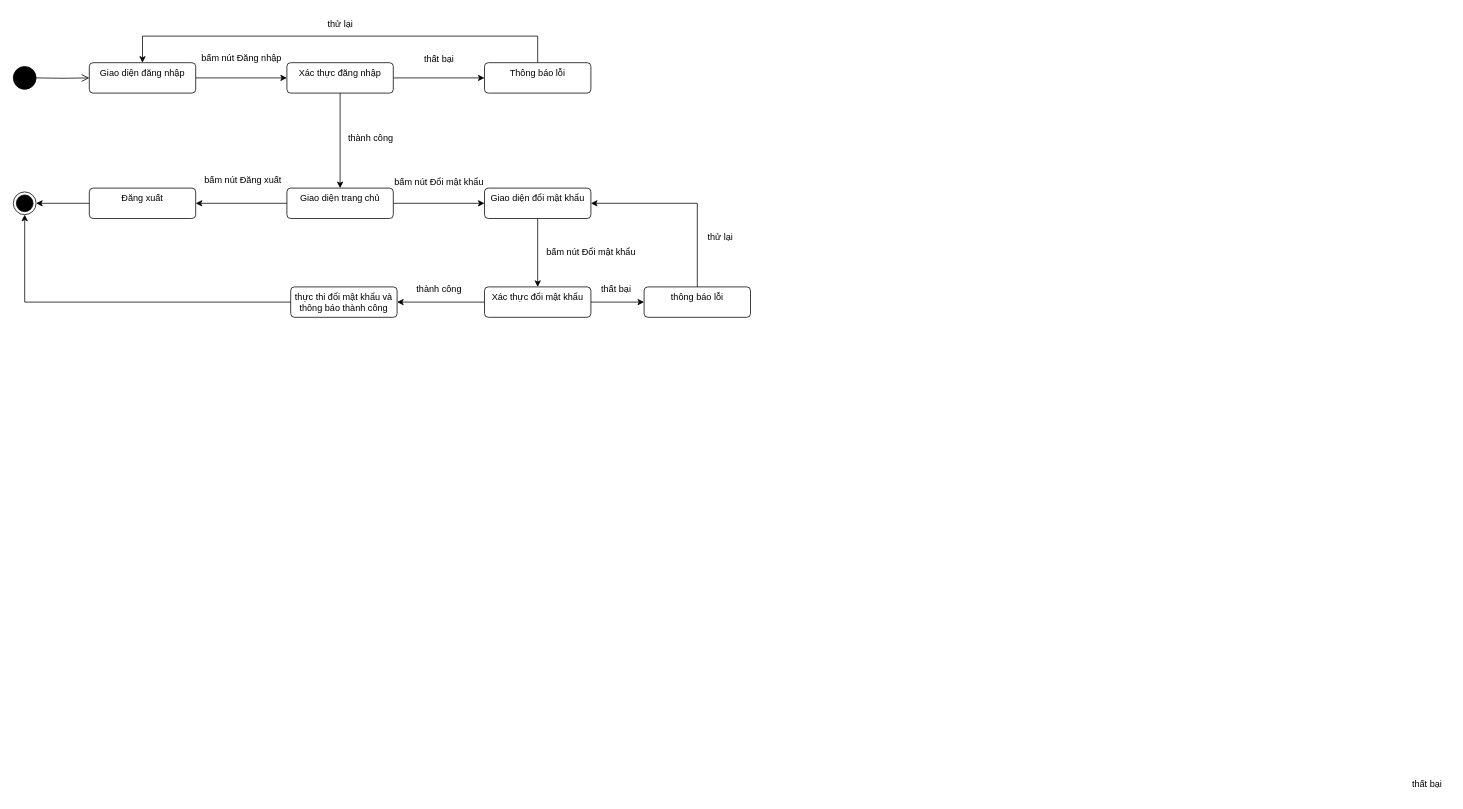
Earlier version of the draw.io diagram Documents/draw/trang-thai/dang-nhap.drawio (copecute/do-an-tot-nghiep). Source tidied: cells renumbered, new cells numbered last; positions are measured from the earlier drawing's top-left corner, leaving out a move shared by most shapes. Both pictures are drawn from the tidied source at 76%, with x=0, y=0 at pixel (13, 13).
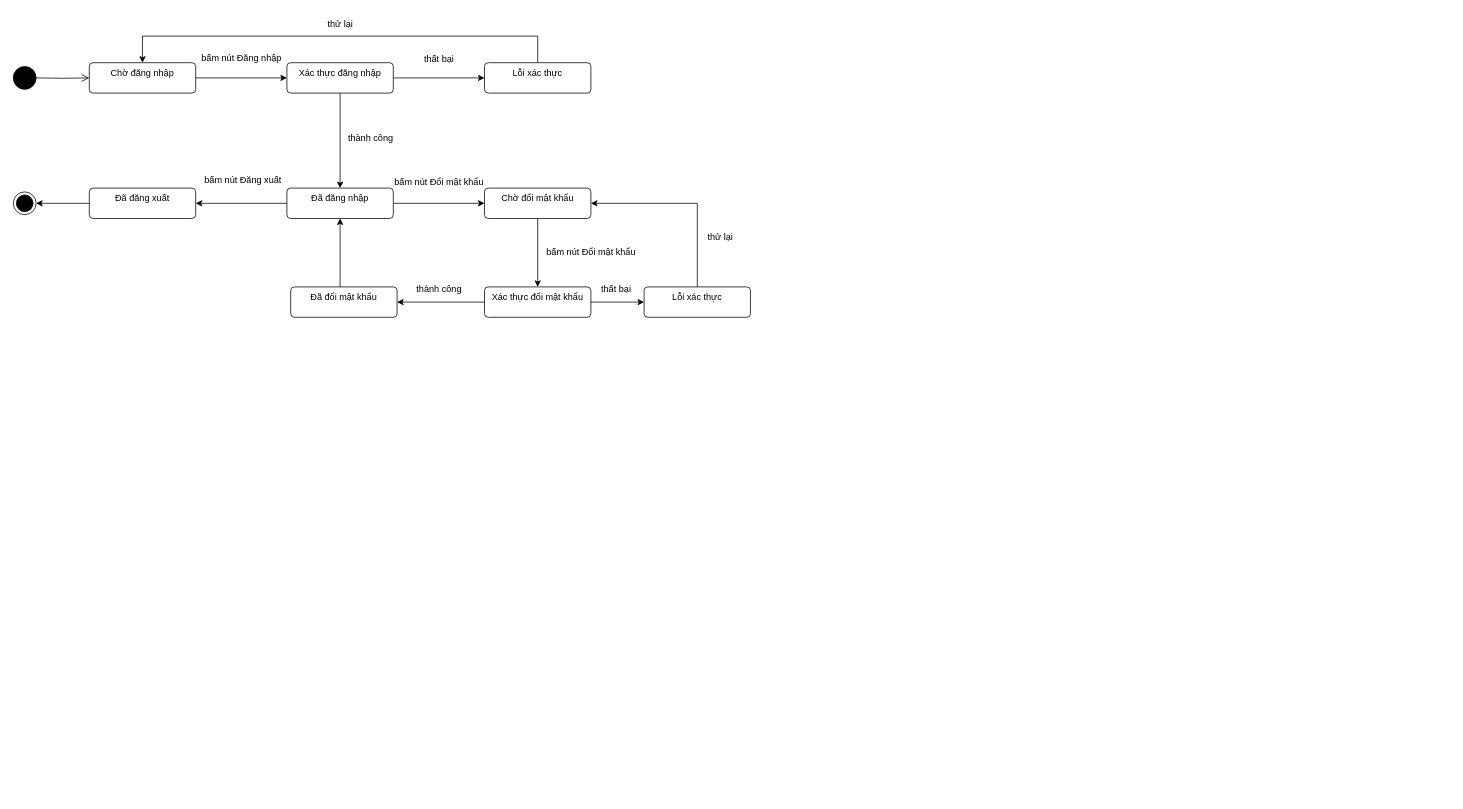
Above is the later version.

The change refers to these unchanged cells:
```xml
<mxCell id="18" style="ellipse;html=1;shape=endState;fillColor=strokeColor;" parent="1" vertex="1">
  <mxGeometry y="235" width="30" height="30" as="geometry" />
</mxCell>
```

Change to the diagram source:
```diff
@@
-    <mxCell id="4" value="Giao diện đăng nhập" style="html=1;align=center;verticalAlign=top;rounded=1;absoluteArcSize=1;arcSize=10;dashed=0;whiteSpace=wrap;" parent="1" vertex="1">
+    <mxCell id="4" value="Chờ đăng nhập" style="html=1;align=center;verticalAlign=top;rounded=1;absoluteArcSize=1;arcSize=10;dashed=0;whiteSpace=wrap;" parent="1" vertex="1">
       <mxGeometry x="100" y="65" width="140" height="40" as="geometry" />
     </mxCell>
@@
-    <mxCell id="10" value="Thông báo lỗi" style="html=1;align=center;verticalAlign=top;rounded=1;absoluteArcSize=1;arcSize=10;dashed=0;whiteSpace=wrap;" parent="1" vertex="1">
+    <mxCell id="10" value="Lỗi xác thực" style="html=1;align=center;verticalAlign=top;rounded=1;absoluteArcSize=1;arcSize=10;dashed=0;whiteSpace=wrap;" parent="1" vertex="1">
       <mxGeometry x="620" y="65" width="140" height="40" as="geometry" />
     </mxCell>
@@
-    <mxCell id="14" value="Giao diện trang chủ" style="html=1;align=center;verticalAlign=top;rounded=1;absoluteArcSize=1;arcSize=10;dashed=0;whiteSpace=wrap;" parent="1" vertex="1">
+    <mxCell id="14" value="Đã đăng nhập" style="html=1;align=center;verticalAlign=top;rounded=1;absoluteArcSize=1;arcSize=10;dashed=0;whiteSpace=wrap;" parent="1" vertex="1">
       <mxGeometry x="360" y="230" width="140" height="40" as="geometry" />
     </mxCell>
@@
-    <mxCell id="17" value="Đăng xuất" style="html=1;align=center;verticalAlign=top;rounded=1;absoluteArcSize=1;arcSize=10;dashed=0;whiteSpace=wrap;" parent="1" vertex="1">
+    <mxCell id="17" value="Đã đăng xuất" style="html=1;align=center;verticalAlign=top;rounded=1;absoluteArcSize=1;arcSize=10;dashed=0;whiteSpace=wrap;" parent="1" vertex="1">
       <mxGeometry x="100" y="230" width="140" height="40" as="geometry" />
     </mxCell>
@@
-    <mxCell id="22" value="Giao diện đổi mật khẩu" style="html=1;align=center;verticalAlign=top;rounded=1;absoluteArcSize=1;arcSize=10;dashed=0;whiteSpace=wrap;" parent="1" vertex="1">
+    <mxCell id="22" value="Chờ đổi mật khẩu" style="html=1;align=center;verticalAlign=top;rounded=1;absoluteArcSize=1;arcSize=10;dashed=0;whiteSpace=wrap;" parent="1" vertex="1">
       <mxGeometry x="620" y="230" width="140" height="40" as="geometry" />
     </mxCell>
@@
-    <mxCell id="30" value="thông báo lỗi" style="html=1;align=center;verticalAlign=top;rounded=1;absoluteArcSize=1;arcSize=10;dashed=0;whiteSpace=wrap;" parent="1" vertex="1">
+    <mxCell id="30" value="Lỗi xác thực" style="html=1;align=center;verticalAlign=top;rounded=1;absoluteArcSize=1;arcSize=10;dashed=0;whiteSpace=wrap;" parent="1" vertex="1">
       <mxGeometry x="830" y="360" width="140" height="40" as="geometry" />
     </mxCell>
-    <mxCell id="31" value="thất bại" style="text;html=1;align=center;verticalAlign=middle;strokeColor=none;fillColor=none;" parent="1" vertex="1">
-      <mxGeometry x="1830" y="1000" width="60" height="30" as="geometry" />
-    </mxCell>
@@
-    <mxCell id="34" style="edgeStyle=orthogonalEdgeStyle;rounded=0;jettySize=auto;html=1;entryX=0.5;entryY=1;entryDx=0;entryDy=0;" parent="1" edge="1" source="35" target="18">
-      <mxGeometry relative="1" as="geometry" />
+    <mxCell id="34" style="edgeStyle=orthogonalEdgeStyle;rounded=0;jettySize=auto;html=1;entryX=0.5;entryY=1;entryDx=0;entryDy=0;" parent="1" edge="1" source="35" target="14">
+      <mxGeometry relative="1" as="geometry">
+        <Array as="points">
+          <mxPoint x="430" y="340" />
+          <mxPoint x="430" y="340" />
+        </Array>
+      </mxGeometry>
     </mxCell>
-    <mxCell id="35" value="thực thi đổi mật khẩu và thông báo thành công" style="html=1;align=center;verticalAlign=top;rounded=1;absoluteArcSize=1;arcSize=10;dashed=0;whiteSpace=wrap;" parent="1" vertex="1">
+    <mxCell id="35" value="Đã đổi mật khẩu" style="html=1;align=center;verticalAlign=top;rounded=1;absoluteArcSize=1;arcSize=10;dashed=0;whiteSpace=wrap;" parent="1" vertex="1">
       <mxGeometry x="365" y="360" width="140" height="40" as="geometry" />
     </mxCell>
```
